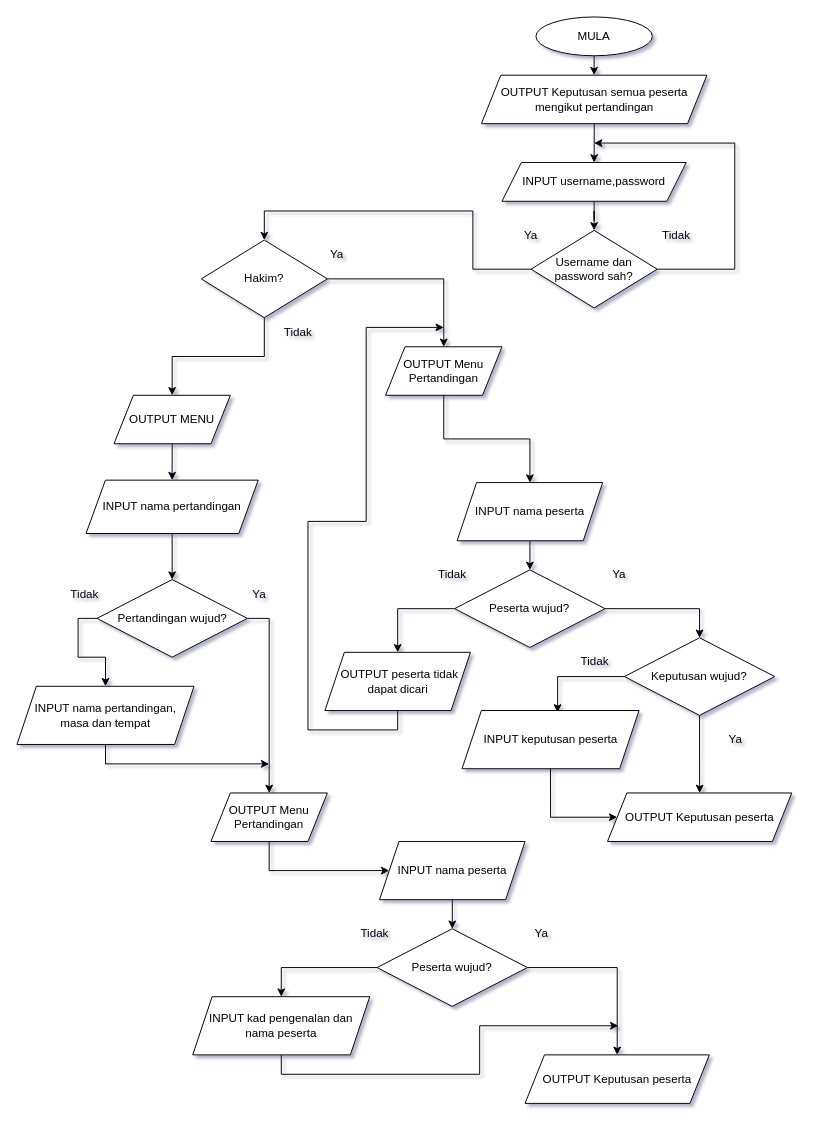
EzraChai/py keeps this draw.io diagram as page "Page-1" (1 of 2) of SKProject.drawio. Above is the earlier version. Source tidied: cells renumbered, new cells numbered last; positions are measured from the earlier drawing's top-left corner, leaving out a move shared by most shapes. Both pictures are drawn from the tidied source at 97%, with x=0, y=0 at pixel (16, 16).
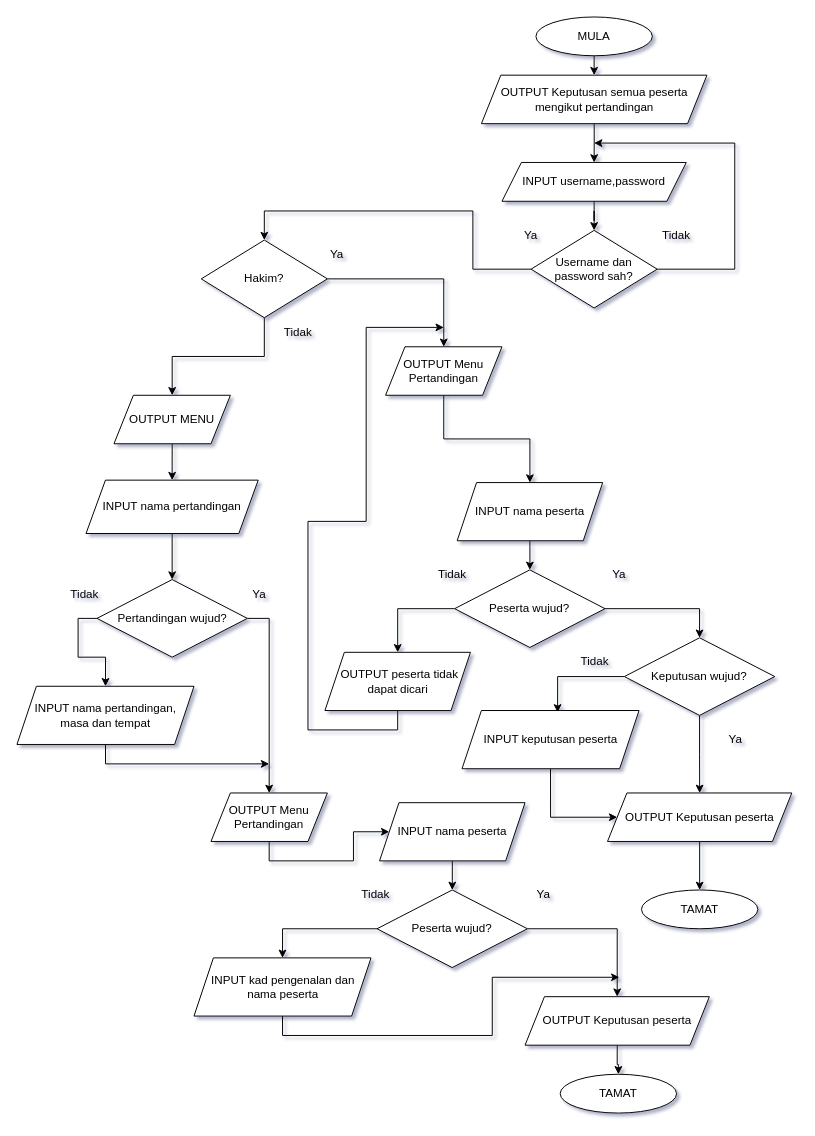
The same diagram, later.

Unchanged cells that the change refers to:
```xml
<mxCell id="37" value="OUTPUT Keputusan peserta " style="shape=parallelogram;perimeter=parallelogramPerimeter;whiteSpace=wrap;html=1;fixedSize=1;" parent="1" vertex="1">
  <mxGeometry x="608.8" y="800" width="190" height="50" as="geometry" />
</mxCell>
```

Change to the diagram source:
```diff
@@
+    <mxCell id="60" style="edgeStyle=orthogonalEdgeStyle;rounded=0;jettySize=auto;html=1;exitX=0.5;exitY=1;exitDx=0;exitDy=0;" parent="1" edge="1" source="37" target="63">
+      <mxGeometry relative="1" as="geometry" />
+    </mxCell>
@@
     <mxCell id="51" value="INPUT nama peserta" style="shape=parallelogram;perimeter=parallelogramPerimeter;whiteSpace=wrap;html=1;fixedSize=1;" parent="1" vertex="1">
-      <mxGeometry x="373.8" y="850" width="150" height="60" as="geometry" />
+      <mxGeometry x="373.8" y="810" width="150" height="60" as="geometry" />
     </mxCell>
@@
     <mxCell id="54" value="Peserta wujud?" style="rhombus;whiteSpace=wrap;html=1;" parent="1" vertex="1">
-      <mxGeometry x="371.2" y="940" width="155" height="80" as="geometry" />
+      <mxGeometry x="371.2" y="900" width="155" height="80" as="geometry" />
     </mxCell>
     <mxCell id="55" style="edgeStyle=orthogonalEdgeStyle;rounded=0;jettySize=auto;html=1;exitX=0.5;exitY=1;exitDx=0;exitDy=0;" parent="1" edge="1" source="56">
       <mxGeometry relative="1" as="geometry">
-        <mxPoint x="620" y="1040" as="targetPoint" />
+        <mxPoint x="621" y="990" as="targetPoint" />
         <Array as="points">
-          <mxPoint x="273" y="1090" />
-          <mxPoint x="477" y="1090" />
-          <mxPoint x="477" y="1040" />
+          <mxPoint x="274" y="1050" />
+          <mxPoint x="490" y="1050" />
+          <mxPoint x="490" y="990" />
         </Array>
       </mxGeometry>
     </mxCell>
     <mxCell id="56" value="&lt;div&gt;INPUT kad pengenalan dan nama peserta &lt;br&gt;&lt;/div&gt;" style="shape=parallelogram;perimeter=parallelogramPerimeter;whiteSpace=wrap;html=1;fixedSize=1;" parent="1" vertex="1">
-      <mxGeometry x="181.2" y="1010" width="182.5" height="60" as="geometry" />
+      <mxGeometry x="182.5" y="970" width="182.5" height="60" as="geometry" />
     </mxCell>
     <mxCell id="57" value="&lt;div&gt;Tidak&lt;/div&gt;" style="text;html=1;strokeColor=none;fillColor=none;align=center;verticalAlign=middle;whiteSpace=wrap;rounded=0;" parent="1" vertex="1">
-      <mxGeometry x="338.8" y="930" width="60" height="30" as="geometry" />
+      <mxGeometry x="340" y="890" width="60" height="30" as="geometry" />
     </mxCell>
     <mxCell id="58" value="Ya" style="text;html=1;strokeColor=none;fillColor=none;align=center;verticalAlign=middle;whiteSpace=wrap;rounded=0;" parent="1" vertex="1">
-      <mxGeometry x="511.2" y="930" width="60" height="30" as="geometry" />
+      <mxGeometry x="512.5" y="890" width="60" height="30" as="geometry" />
     </mxCell>
+    <mxCell id="61" style="edgeStyle=orthogonalEdgeStyle;rounded=0;jettySize=auto;html=1;exitX=0.5;exitY=1;exitDx=0;exitDy=0;" parent="1" edge="1" source="59" target="62">
+      <mxGeometry relative="1" as="geometry" />
+    </mxCell>
     <mxCell id="59" value="OUTPUT Keputusan peserta " style="shape=parallelogram;perimeter=parallelogramPerimeter;whiteSpace=wrap;html=1;fixedSize=1;" parent="1" vertex="1">
-      <mxGeometry x="523.8" y="1070" width="190" height="50" as="geometry" />
+      <mxGeometry x="523.8" y="1010" width="190" height="50" as="geometry" />
     </mxCell>
+    <mxCell id="62" value="TAMAT" style="ellipse;whiteSpace=wrap;html=1;" parent="1" vertex="1">
+      <mxGeometry x="560" y="1090" width="120" height="40" as="geometry" />
+    </mxCell>
+    <mxCell id="63" value="TAMAT" style="ellipse;whiteSpace=wrap;html=1;" parent="1" vertex="1">
+      <mxGeometry x="643.8" y="900" width="120" height="40" as="geometry" />
+    </mxCell>
```
